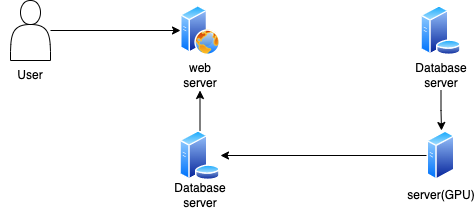
This is Untitled Diagram.drawio.png from syu29/cheatsheet_All, a draw.io export, as it was before one commit. Source tidied: cells renumbered, new cells last; positions are measured from the earlier drawing's top-left corner, leaving out a move shared by most shapes. Its diagram source:
```xml
<mxGraphModel>
  <root>
    <mxCell id="0" />
    <mxCell id="1" parent="0" />
    <mxCell id="2" style="edgeStyle=orthogonalEdgeStyle;rounded=0;jettySize=auto;html=1;entryX=0;entryY=0.5;entryDx=0;entryDy=0;" parent="1" edge="1" source="3" target="5">
      <mxGeometry relative="1" as="geometry" />
    </mxCell>
    <mxCell id="3" style="shape=actor;whiteSpace=wrap;html=1;" parent="1" vertex="1">
      <mxGeometry x="10" width="40" height="60" as="geometry" />
    </mxCell>
    <mxCell id="4" style="perimeter=ellipsePerimeter;html=1;align=center;shadow=0;dashed=0;spacingTop=3;image;image=img/lib/active_directory/database_server.svg;" parent="1" vertex="1">
      <mxGeometry x="420" y="5" width="41" height="50" as="geometry" />
    </mxCell>
    <mxCell id="5" style="perimeter=ellipsePerimeter;html=1;align=center;shadow=0;dashed=0;spacingTop=3;image;image=img/lib/active_directory/web_server.svg;" parent="1" vertex="1">
      <mxGeometry x="180" y="5" width="40" height="50" as="geometry" />
    </mxCell>
    <mxCell id="6" style="edgeStyle=orthogonalEdgeStyle;rounded=0;jettySize=auto;html=1;entryX=1;entryY=0.5;entryDx=0;entryDy=0;" parent="1" edge="1" source="7" target="9">
      <mxGeometry relative="1" as="geometry" />
    </mxCell>
    <mxCell id="7" style="perimeter=ellipsePerimeter;html=1;align=center;shadow=0;dashed=0;spacingTop=3;image;image=img/lib/active_directory/generic_server.svg;" parent="1" vertex="1">
      <mxGeometry x="426.5" y="130" width="28" height="50" as="geometry" />
    </mxCell>
    <mxCell id="8" style="edgeStyle=orthogonalEdgeStyle;rounded=0;jettySize=auto;html=1;" parent="1" edge="1" source="9" target="11">
      <mxGeometry relative="1" as="geometry" />
    </mxCell>
    <mxCell id="9" style="perimeter=ellipsePerimeter;html=1;align=center;shadow=0;dashed=0;spacingTop=3;image;image=img/lib/active_directory/database_server.svg;" parent="1" vertex="1">
      <mxGeometry x="179" y="130" width="41" height="50" as="geometry" />
    </mxCell>
    <mxCell id="10" value="User" style="text;html=1;strokeColor=none;fillColor=none;align=center;verticalAlign=middle;whiteSpace=wrap;rounded=0;" parent="1" vertex="1">
      <mxGeometry y="60" width="60" height="30" as="geometry" />
    </mxCell>
    <mxCell id="11" value="web server" style="text;html=1;strokeColor=none;fillColor=none;align=center;verticalAlign=middle;whiteSpace=wrap;rounded=0;" parent="1" vertex="1">
      <mxGeometry x="169.5" y="60" width="60" height="30" as="geometry" />
    </mxCell>
    <mxCell id="12" value="Database server" style="text;html=1;strokeColor=none;fillColor=none;align=center;verticalAlign=middle;whiteSpace=wrap;rounded=0;" parent="1" vertex="1">
      <mxGeometry x="169.5" y="180" width="60" height="30" as="geometry" />
    </mxCell>
    <mxCell id="13" style="edgeStyle=orthogonalEdgeStyle;rounded=0;jettySize=auto;html=1;" parent="1" edge="1" source="14">
      <mxGeometry relative="1" as="geometry">
        <mxPoint x="441" y="130" as="targetPoint" />
      </mxGeometry>
    </mxCell>
    <mxCell id="14" value="Database server" style="text;html=1;strokeColor=none;fillColor=none;align=center;verticalAlign=middle;whiteSpace=wrap;rounded=0;" parent="1" vertex="1">
      <mxGeometry x="410.5" y="60" width="60" height="30" as="geometry" />
    </mxCell>
    <mxCell id="15" value="server(GPU)" style="text;html=1;strokeColor=none;fillColor=none;align=center;verticalAlign=middle;whiteSpace=wrap;rounded=0;" parent="1" vertex="1">
      <mxGeometry x="410.5" y="180" width="60" height="30" as="geometry" />
    </mxCell>
  </root>
</mxGraphModel>
```
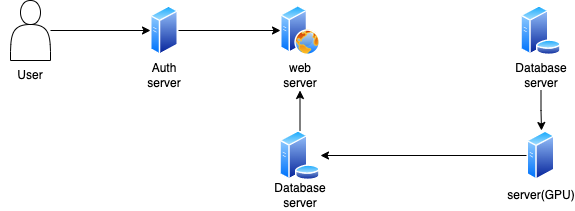
Above is the later version.

The edit, as a diff of the source:
```diff
@@ -2,11 +2,11 @@
   <root>
     <mxCell id="0" />
     <mxCell id="1" parent="0" />
-    <mxCell id="2" style="edgeStyle=orthogonalEdgeStyle;rounded=0;jettySize=auto;html=1;entryX=0;entryY=0.5;entryDx=0;entryDy=0;" parent="1" edge="1" source="3" target="5">
+    <mxCell id="2" style="edgeStyle=orthogonalEdgeStyle;rounded=0;jettySize=auto;html=1;" parent="1" edge="1" source="3" target="17">
       <mxGeometry relative="1" as="geometry" />
     </mxCell>
     <mxCell id="3" style="shape=actor;whiteSpace=wrap;html=1;" parent="1" vertex="1">
-      <mxGeometry x="10" width="40" height="60" as="geometry" />
+      <mxGeometry x="-90" width="40" height="60" as="geometry" />
     </mxCell>
     <mxCell id="4" style="perimeter=ellipsePerimeter;html=1;align=center;shadow=0;dashed=0;spacingTop=3;image;image=img/lib/active_directory/database_server.svg;" parent="1" vertex="1">
       <mxGeometry x="420" y="5" width="41" height="50" as="geometry" />
@@ -27,7 +27,7 @@
       <mxGeometry x="179" y="130" width="41" height="50" as="geometry" />
     </mxCell>
     <mxCell id="10" value="User" style="text;html=1;strokeColor=none;fillColor=none;align=center;verticalAlign=middle;whiteSpace=wrap;rounded=0;" parent="1" vertex="1">
-      <mxGeometry y="60" width="60" height="30" as="geometry" />
+      <mxGeometry x="-100" y="60" width="60" height="30" as="geometry" />
     </mxCell>
     <mxCell id="11" value="web server" style="text;html=1;strokeColor=none;fillColor=none;align=center;verticalAlign=middle;whiteSpace=wrap;rounded=0;" parent="1" vertex="1">
       <mxGeometry x="169.5" y="60" width="60" height="30" as="geometry" />
@@ -46,5 +46,14 @@
     <mxCell id="15" value="server(GPU)" style="text;html=1;strokeColor=none;fillColor=none;align=center;verticalAlign=middle;whiteSpace=wrap;rounded=0;" parent="1" vertex="1">
       <mxGeometry x="410.5" y="180" width="60" height="30" as="geometry" />
     </mxCell>
+    <mxCell id="16" style="edgeStyle=orthogonalEdgeStyle;rounded=0;jettySize=auto;html=1;entryX=0;entryY=0.5;entryDx=0;entryDy=0;" parent="1" edge="1" source="17" target="5">
+      <mxGeometry relative="1" as="geometry" />
+    </mxCell>
+    <mxCell id="17" style="perimeter=ellipsePerimeter;html=1;align=center;shadow=0;dashed=0;spacingTop=3;image;image=img/lib/active_directory/generic_server.svg;" parent="1" vertex="1">
+      <mxGeometry x="50" y="5" width="28" height="50" as="geometry" />
+    </mxCell>
+    <mxCell id="18" value="Auth server" style="text;html=1;strokeColor=none;fillColor=none;align=center;verticalAlign=middle;whiteSpace=wrap;rounded=0;" parent="1" vertex="1">
+      <mxGeometry x="34" y="60" width="60" height="30" as="geometry" />
+    </mxCell>
   </root>
 </mxGraphModel>
```
